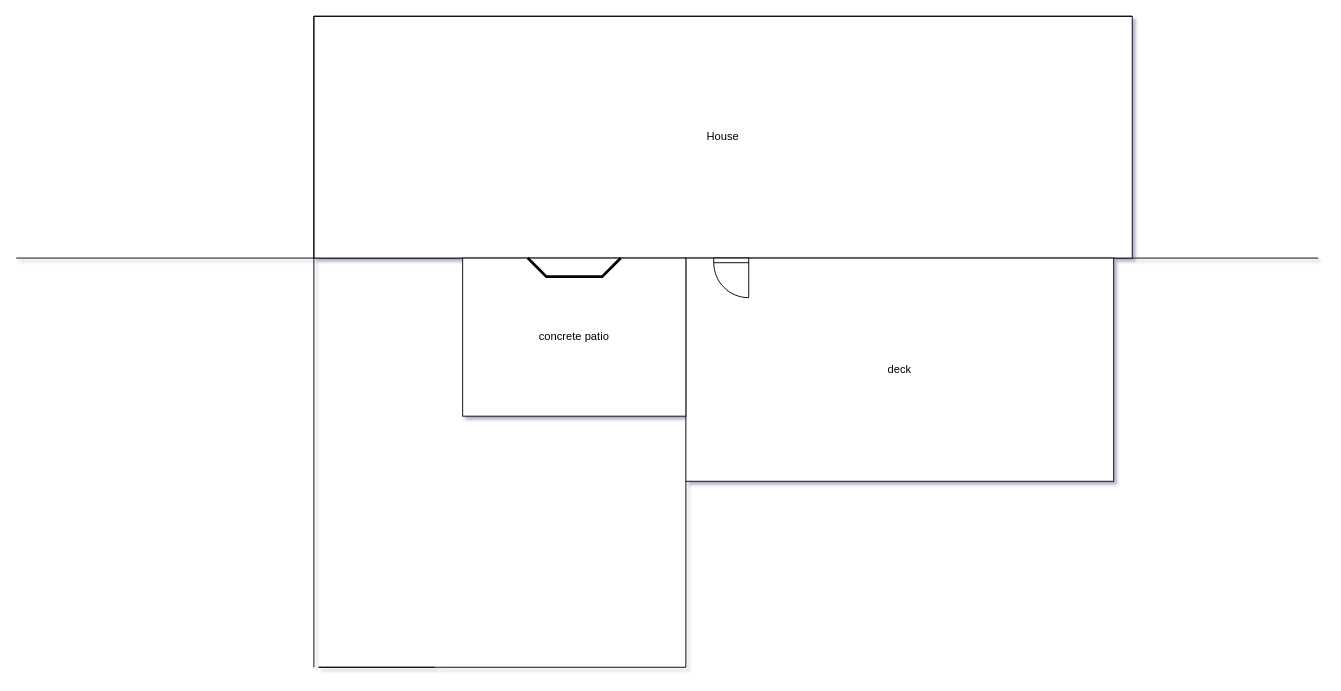
Above: page "square" (1 of 2) of yard.drawio in gyandeeps/personal-designs (draw.io), before the change. Source tidied: cells renumbered, new cells numbered last; positions are measured from the earlier drawing's top-left corner, leaving out a move shared by most shapes. Both pictures are drawn from the tidied source at 93%, with x=0, y=0 at pixel (16, 16).
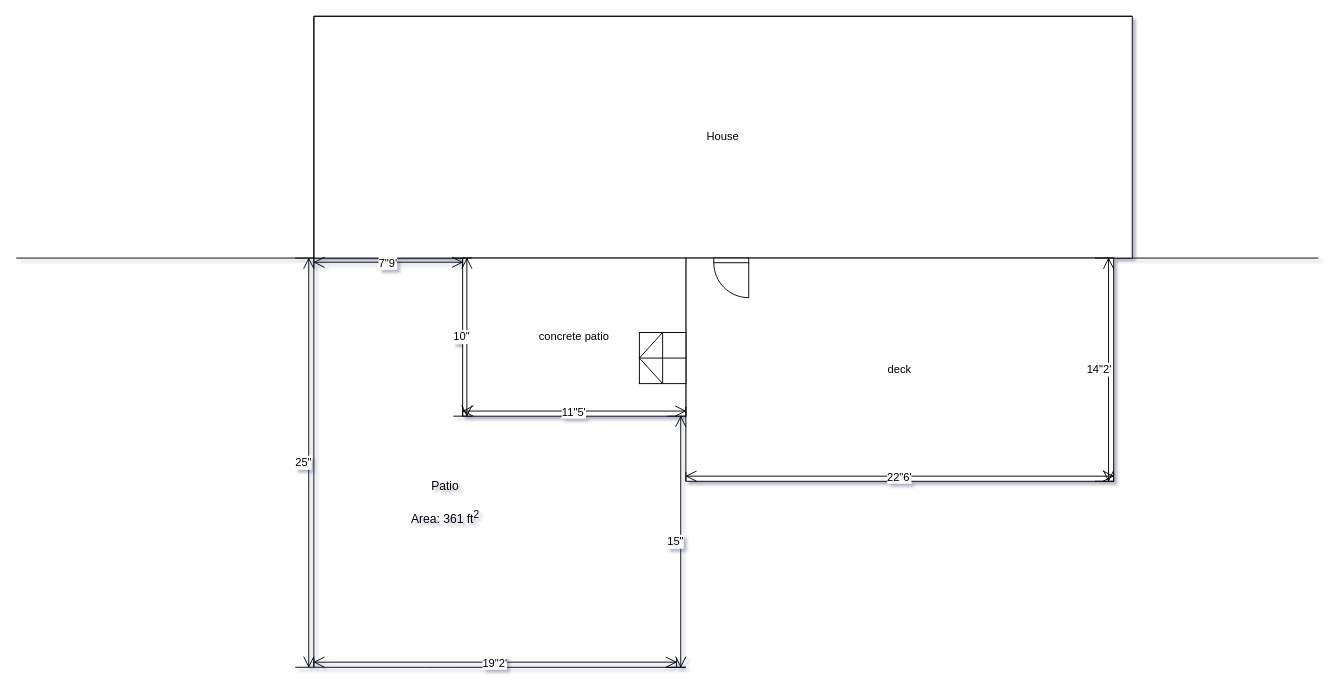
The same page after the edit.

Unchanged cells that the change refers to:
```xml
<mxCell id="4" value="deck" style="rounded=0;whiteSpace=wrap;html=1;" parent="1" vertex="1">
  <mxGeometry x="720" y="260" width="460" height="240" as="geometry" />
</mxCell>
```

Change to the diagram source:
```diff
@@
-    <mxCell id="7" style="endArrow=none;html=1;" parent="1" edge="1">
+    <mxCell id="7" style="endArrow=none;html=1;" parent="1" edge="1" source="20">
       <mxGeometry relative="1" as="geometry">
-        <mxPoint x="450" y="700" as="sourcePoint" />
         <mxPoint x="720" y="700" as="targetPoint" />
         <Array as="points">
           <mxPoint x="320" y="700" />
           <mxPoint x="450" y="700" />
         </Array>
       </mxGeometry>
     </mxCell>
-    <mxCell id="8" style="endArrow=none;html=1;entryX=0;entryY=1;entryDx=0;entryDy=0;" parent="1" edge="1" target="4">
-      <mxGeometry relative="1" as="geometry">
-        <mxPoint x="720" y="700" as="sourcePoint" />
-      </mxGeometry>
+    <mxCell id="8" style="endArrow=none;html=1;entryX=0;entryY=1;entryDx=0;entryDy=0;" parent="1" edge="1" source="18" target="4">
+      <mxGeometry relative="1" as="geometry" />
     </mxCell>
@@
-    <mxCell id="10" style="verticalLabelPosition=bottom;html=1;verticalAlign=top;align=center;shape=mxgraph.floorplan.windowBow;strokeWidth=3;" parent="1" vertex="1">
-      <mxGeometry x="550" y="260" width="100" height="20" as="geometry" />
-    </mxCell>
+    <mxCell id="11" style="verticalLabelPosition=bottom;html=1;verticalAlign=top;align=center;shape=mxgraph.floorplan.stairs;rotation=-180;" parent="1" vertex="1">
+      <mxGeometry x="710" y="340" width="10" height="55" as="geometry" />
+    </mxCell>
+    <mxCell id="12" value="10&quot;" style="shape=dimension;direction=north;whiteSpace=wrap;html=1;align=right;verticalAlign=middle;labelBackgroundColor=#ffffff;" parent="1" vertex="1">
+      <mxGeometry x="470" y="260" width="20" height="170" as="geometry" />
+    </mxCell>
+    <mxCell id="13" value="14&quot;2'" style="shape=dimension;direction=north;whiteSpace=wrap;html=1;align=right;verticalAlign=middle;labelBackgroundColor=#ffffff;" parent="1" vertex="1">
+      <mxGeometry x="1160" y="260" width="20" height="240" as="geometry" />
+    </mxCell>
+    <mxCell id="14" value="25&quot;" style="shape=dimension;direction=north;whiteSpace=wrap;html=1;align=right;verticalAlign=middle;labelBackgroundColor=#ffffff;" parent="1" vertex="1">
+      <mxGeometry x="300" y="260" width="20" height="440" as="geometry" />
+    </mxCell>
+    <mxCell id="15" value="22&quot;6'" style="shape=dimension;whiteSpace=wrap;html=1;align=center;verticalAlign=bottom;spacingBottom=-5;labelBackgroundColor=#ffffff;" parent="1" vertex="1">
+      <mxGeometry x="720" y="490" width="460" height="10" as="geometry" />
+    </mxCell>
+    <mxCell id="16" value="11&quot;5'" style="shape=dimension;whiteSpace=wrap;html=1;align=center;verticalAlign=bottom;spacingBottom=-5;labelBackgroundColor=#ffffff;" parent="1" vertex="1">
+      <mxGeometry x="480" y="420" width="240" height="10" as="geometry" />
+    </mxCell>
+    <mxCell id="17" value="7&quot;9'" style="shape=dimension;whiteSpace=wrap;html=1;align=center;verticalAlign=bottom;spacingBottom=-5;labelBackgroundColor=#ffffff;" parent="1" vertex="1">
+      <mxGeometry x="320" y="260" width="160" height="10" as="geometry" />
+    </mxCell>
+    <mxCell id="18" value="15&quot;" style="shape=dimension;direction=north;whiteSpace=wrap;html=1;align=right;points=[];verticalAlign=middle;labelBackgroundColor=#ffffff;" parent="1" vertex="1">
+      <mxGeometry x="700" y="430" width="20" height="270" as="geometry" />
+    </mxCell>
+    <mxCell id="19" style="endArrow=none;html=1;entryX=0;entryY=1;entryDx=0;entryDy=0;" parent="1" edge="1" target="18">
+      <mxGeometry relative="1" as="geometry">
+        <mxPoint x="720" y="700" as="sourcePoint" />
+      </mxGeometry>
+    </mxCell>
+    <mxCell id="20" value="19&quot;2'" style="shape=dimension;whiteSpace=wrap;html=1;align=center;points=[];verticalAlign=bottom;spacingBottom=-5;labelBackgroundColor=#ffffff;" parent="1" vertex="1">
+      <mxGeometry x="320" y="690" width="390" height="10" as="geometry" />
+    </mxCell>
+    <mxCell id="21" style="endArrow=none;html=1;" parent="1" edge="1" target="20">
+      <mxGeometry relative="1" as="geometry">
+        <mxPoint x="450" y="700" as="sourcePoint" />
+      </mxGeometry>
+    </mxCell>
+    <mxCell id="22" value="&lt;font style=&quot;font-size: 13px&quot;&gt;Patio&lt;br&gt;&lt;br&gt;Area: 361 ft&lt;sup&gt;2 &lt;/sup&gt;&lt;br&gt;&lt;/font&gt;" style="text;html=1;align=center;verticalAlign=middle;" parent="1" vertex="1">
+      <mxGeometry x="416" y="498" width="90" height="50" as="geometry" />
+    </mxCell>
```
